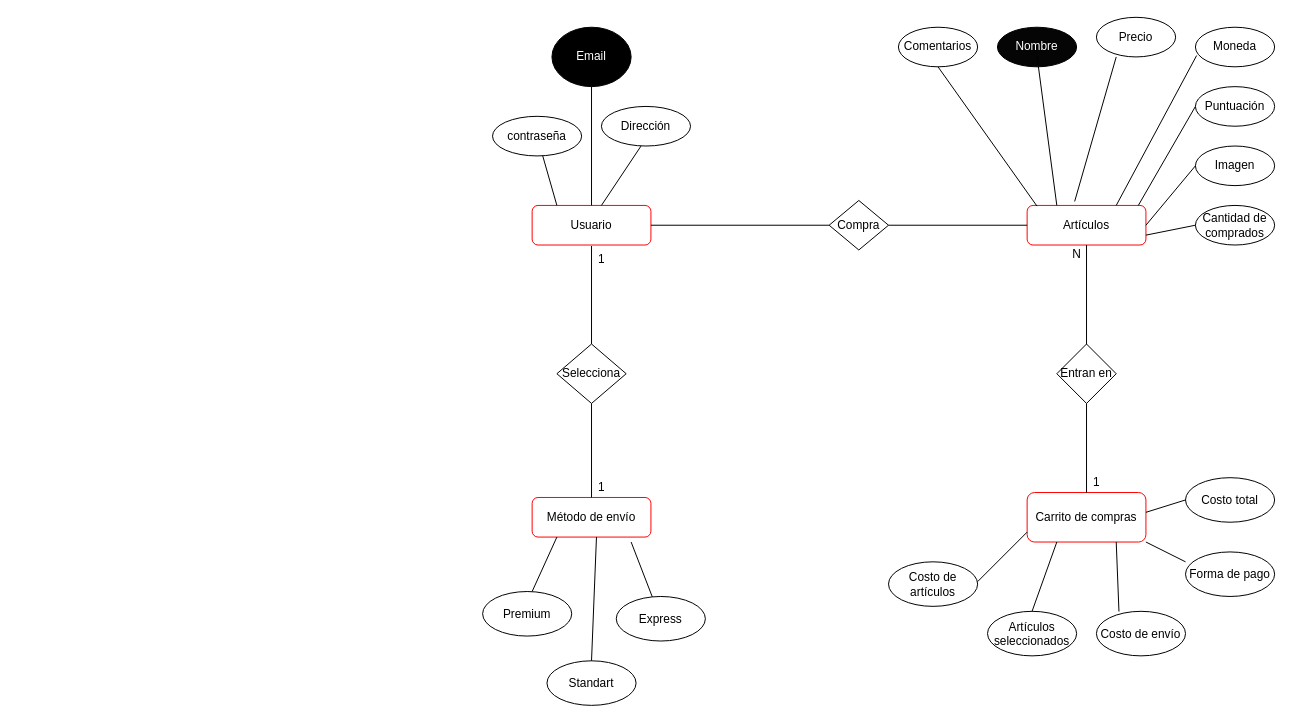
Before: Untitled Diagram.drawio in tatianacb5/Proyecto-e-commerce-JAP, a draw.io diagram. Source tidied: cells renumbered, new cells numbered last; positions are measured from the earlier drawing's top-left corner, leaving out a move shared by most shapes. Both pictures are drawn from the tidied source at 99%, with x=0, y=0 at pixel (482, 17).
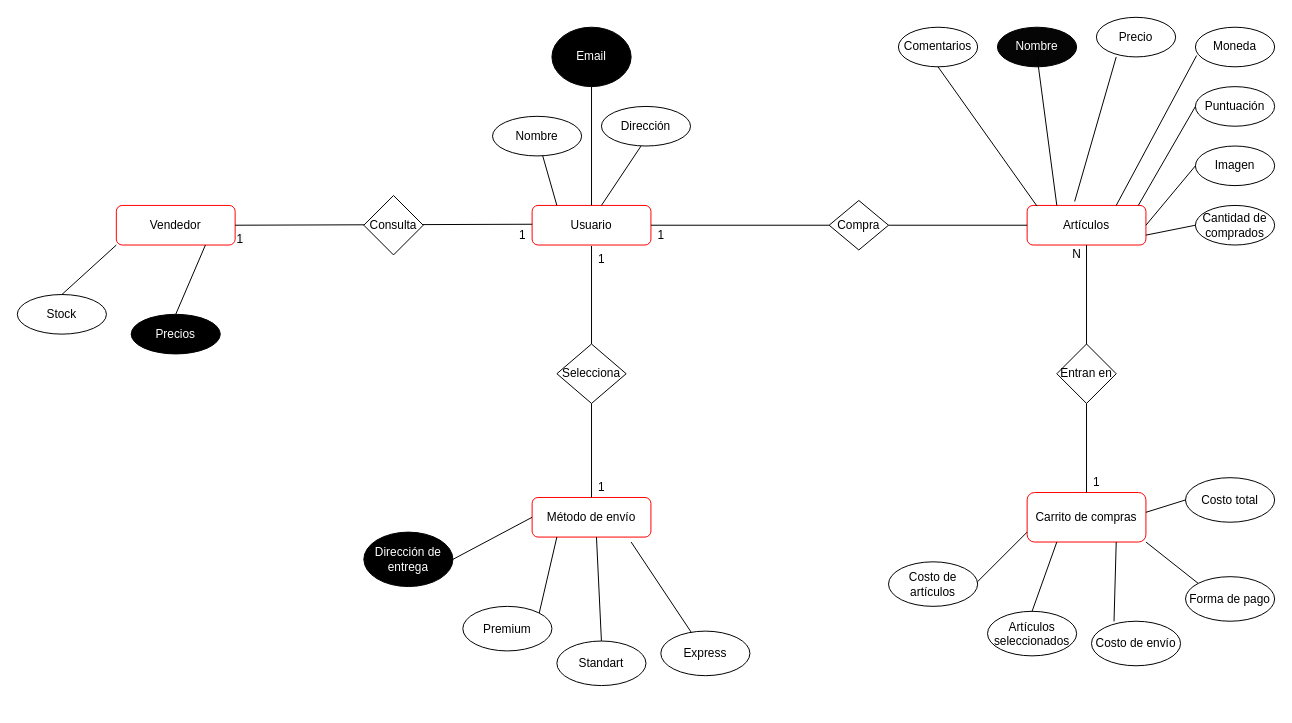
After the change.

The change refers to these unchanged cells:
```xml
<mxCell id="6" value="Método de envío" style="rounded=1;whiteSpace=wrap;html=1;fontSize=12;glass=0;strokeWidth=1;shadow=0;strokeColor=#FF0000;" parent="1" vertex="1">
  <mxGeometry x="50" y="485" width="120" height="40" as="geometry" />
</mxCell>
```

What changed in the source:
```diff
@@
     <mxCell id="35" value="Costo de envío" style="ellipse;whiteSpace=wrap;html=1;" parent="1" vertex="1">
-      <mxGeometry x="620" y="600" width="90" height="45" as="geometry" />
+      <mxGeometry x="615" y="610" width="90" height="45" as="geometry" />
     </mxCell>
     <mxCell id="36" value="Forma de pago" style="ellipse;whiteSpace=wrap;html=1;" parent="1" vertex="1">
-      <mxGeometry x="710" y="540" width="90" height="45" as="geometry" />
+      <mxGeometry x="710" y="565" width="90" height="45" as="geometry" />
     </mxCell>
@@
-    <mxCell id="42" style="endArrow=none;html=1;" parent="1" edge="1">
+    <mxCell id="42" style="endArrow=none;html=1;entryX=0;entryY=0;entryDx=0;entryDy=0;" parent="1" edge="1" target="36">
       <mxGeometry relative="1" as="geometry">
         <mxPoint x="670" y="530" as="sourcePoint" />
-        <mxPoint x="710" y="550" as="targetPoint" />
       </mxGeometry>
     </mxCell>
     <mxCell id="43" value="Premium" style="ellipse;whiteSpace=wrap;html=1;" parent="1" vertex="1">
-      <mxGeometry y="580" width="90" height="45" as="geometry" />
+      <mxGeometry x="-20" y="595" width="90" height="45" as="geometry" />
     </mxCell>
     <mxCell id="44" value="Standart" style="ellipse;whiteSpace=wrap;html=1;" parent="1" vertex="1">
-      <mxGeometry x="65" y="650" width="90" height="45" as="geometry" />
+      <mxGeometry x="75" y="630" width="90" height="45" as="geometry" />
     </mxCell>
     <mxCell id="45" value="Express" style="ellipse;whiteSpace=wrap;html=1;" parent="1" vertex="1">
-      <mxGeometry x="135" y="585" width="90" height="45" as="geometry" />
+      <mxGeometry x="180" y="620" width="90" height="45" as="geometry" />
     </mxCell>
@@
-    <mxCell id="47" style="endArrow=none;html=1;" parent="1" edge="1">
+    <mxCell id="47" style="endArrow=none;html=1;exitX=1;exitY=0;exitDx=0;exitDy=0;" parent="1" edge="1" source="43">
       <mxGeometry relative="1" as="geometry">
-        <mxPoint x="50" y="580" as="sourcePoint" />
         <mxPoint x="75" y="525" as="targetPoint" />
       </mxGeometry>
     </mxCell>
@@
-    <mxCell id="50" value="contraseña" style="ellipse;whiteSpace=wrap;html=1;strokeColor=#000000;" parent="1" vertex="1">
+    <mxCell id="50" value="Nombre" style="ellipse;whiteSpace=wrap;html=1;strokeColor=#000000;" parent="1" vertex="1">
       <mxGeometry x="10" y="100" width="90" height="40" as="geometry" />
     </mxCell>
@@
+    <mxCell id="55" value="Vendedor" style="rounded=1;whiteSpace=wrap;html=1;fontSize=12;glass=0;strokeWidth=1;shadow=0;strokeColor=#FF0000;" parent="1" vertex="1">
+      <mxGeometry x="-370" y="190" width="120" height="40" as="geometry" />
+    </mxCell>
+    <mxCell id="56" style="endArrow=none;html=1;entryX=0;entryY=0.5;entryDx=0;entryDy=0;exitX=1;exitY=0.5;exitDx=0;exitDy=0;" parent="1" edge="1" source="55">
+      <mxGeometry relative="1" as="geometry">
+        <mxPoint x="50" y="209" as="targetPoint" />
+      </mxGeometry>
+    </mxCell>
+    <mxCell id="57" value="&lt;font color=&quot;#000000&quot;&gt;Consulta&lt;/font&gt;" style="rhombus;whiteSpace=wrap;html=1;fontColor=#FFFFFF;fillColor=#FFFFFF;" parent="1" vertex="1">
+      <mxGeometry x="-120" y="180" width="60" height="60" as="geometry" />
+    </mxCell>
+    <mxCell id="58" value="1" style="text;html=1;align=center;verticalAlign=middle;strokeColor=none;" parent="1" vertex="1">
+      <mxGeometry x="30" y="210" width="20" height="20" as="geometry" />
+    </mxCell>
+    <mxCell id="59" value="1" style="text;html=1;align=center;verticalAlign=middle;strokeColor=none;" parent="1" vertex="1">
+      <mxGeometry x="170" y="210" width="20" height="20" as="geometry" />
+    </mxCell>
+    <mxCell id="60" value="&lt;span style=&quot;color: rgb(0, 0, 0); font-family: helvetica; font-size: 12px; font-style: normal; font-weight: 400; letter-spacing: normal; text-align: center; text-indent: 0px; text-transform: none; word-spacing: 0px; background-color: rgb(248, 249, 250); display: inline; float: none;&quot;&gt;1&lt;/span&gt;" style="text;whiteSpace=wrap;html=1;fontColor=#FFFFFF;" parent="1" vertex="1">
+      <mxGeometry x="-250" y="210" width="30" height="30" as="geometry" />
+    </mxCell>
+    <mxCell id="61" value="&lt;font color=&quot;#ffffff&quot;&gt;Precios&lt;/font&gt;" style="ellipse;whiteSpace=wrap;html=1;strokeColor=#000000;fillColor=#000000;" parent="1" vertex="1">
+      <mxGeometry x="-355" y="300" width="90" height="40" as="geometry" />
+    </mxCell>
+    <mxCell id="62" value="Stock" style="ellipse;whiteSpace=wrap;html=1;strokeColor=#000000;" parent="1" vertex="1">
+      <mxGeometry x="-470" y="280" width="90" height="40" as="geometry" />
+    </mxCell>
+    <mxCell id="63" style="endArrow=none;html=1;fontColor=#FFFFFF;exitX=0;exitY=1;exitDx=0;exitDy=0;entryX=0.5;entryY=0;entryDx=0;entryDy=0;" parent="1" edge="1" source="55" target="62">
+      <mxGeometry relative="1" as="geometry" />
+    </mxCell>
+    <mxCell id="64" style="endArrow=none;html=1;fontColor=#FFFFFF;entryX=0.75;entryY=1;entryDx=0;entryDy=0;exitX=0.5;exitY=0;exitDx=0;exitDy=0;" parent="1" edge="1" source="61" target="55">
+      <mxGeometry relative="1" as="geometry" />
+    </mxCell>
+    <mxCell id="65" value="&lt;font color=&quot;#ffffff&quot;&gt;Dirección de entrega&lt;/font&gt;" style="ellipse;whiteSpace=wrap;html=1;strokeColor=#000000;fillColor=#000000;" parent="1" vertex="1">
+      <mxGeometry x="-120" y="520" width="90" height="55" as="geometry" />
+    </mxCell>
+    <mxCell id="66" style="endArrow=none;html=1;fontColor=#FFFFFF;entryX=0;entryY=0.5;entryDx=0;entryDy=0;exitX=1;exitY=0.5;exitDx=0;exitDy=0;" parent="1" edge="1" source="65" target="6">
+      <mxGeometry relative="1" as="geometry" />
+    </mxCell>
```
